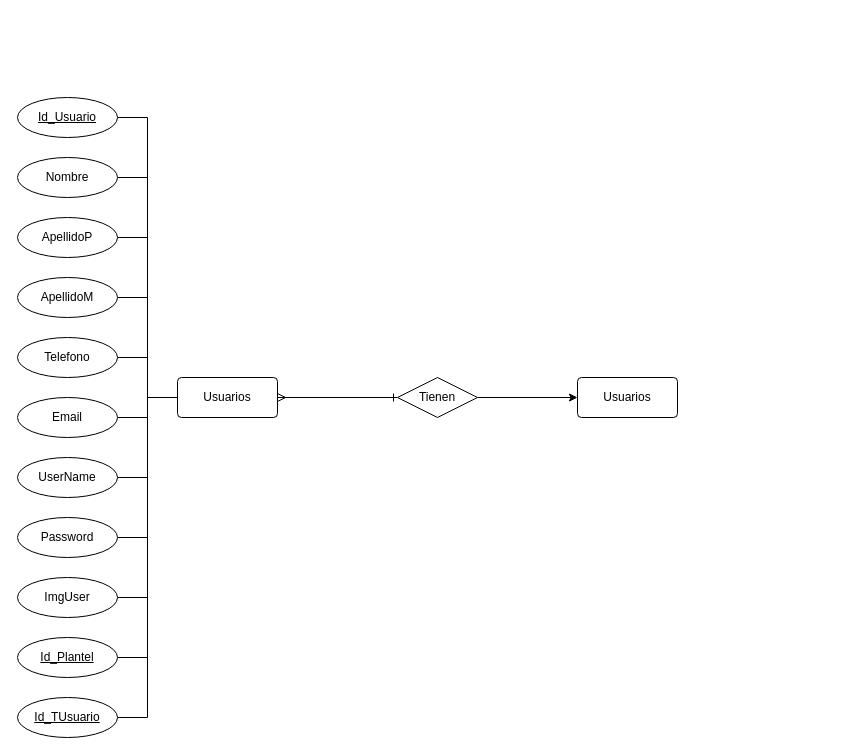
The draw.io diagram NewProyectOne.drawio in AbiMendoza06/ProyectOne, before the edit. Source tidied: cells renumbered, new cells numbered last; positions are measured from the earlier drawing's top-left corner, leaving out a move shared by most shapes. Both pictures are drawn from the tidied source at 100%, with x=0, y=0 at pixel (17, 97).
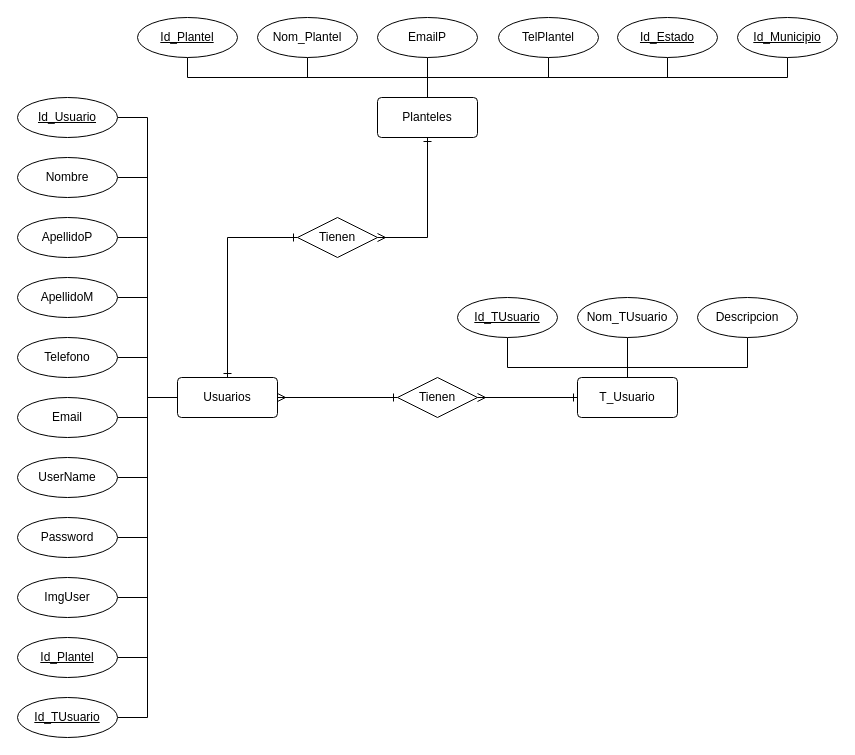
The same page after the edit.

Unchanged cells that the change refers to:
```xml
<mxCell id="3" value="Usuarios" style="rounded=1;arcSize=10;whiteSpace=wrap;html=1;align=center;" parent="1" vertex="1">
  <mxGeometry x="160" y="280" width="100" height="40" as="geometry" />
</mxCell>
<mxCell id="27" value="Tienen" style="shape=rhombus;perimeter=rhombusPerimeter;whiteSpace=wrap;html=1;align=center;" parent="1" vertex="1">
  <mxGeometry x="380" y="280" width="80" height="40" as="geometry" />
</mxCell>
```

What changed in the source:
```diff
@@
-    <mxCell id="26" style="edgeStyle=orthogonalEdgeStyle;rounded=0;jettySize=auto;html=1;" parent="1" edge="1" source="27" target="28">
+    <mxCell id="26" style="edgeStyle=orthogonalEdgeStyle;rounded=0;jettySize=auto;html=1;endArrow=ERone;endFill=0;startArrow=ERmany;startFill=0;" parent="1" edge="1" source="27" target="28">
       <mxGeometry relative="1" as="geometry" />
     </mxCell>
@@
-    <mxCell id="28" value="Usuarios" style="rounded=1;arcSize=10;whiteSpace=wrap;html=1;align=center;" parent="1" vertex="1">
+    <mxCell id="28" value="T_Usuario" style="rounded=1;arcSize=10;whiteSpace=wrap;html=1;align=center;" parent="1" vertex="1">
       <mxGeometry x="560" y="280" width="100" height="40" as="geometry" />
     </mxCell>
+    <mxCell id="29" style="edgeStyle=orthogonalEdgeStyle;rounded=0;jettySize=auto;html=1;endArrow=none;endFill=0;" parent="1" edge="1" source="30" target="28">
+      <mxGeometry relative="1" as="geometry">
+        <Array as="points">
+          <mxPoint x="490" y="270" />
+          <mxPoint x="610" y="270" />
+        </Array>
+      </mxGeometry>
+    </mxCell>
+    <mxCell id="30" value="Id_TUsuario" style="ellipse;whiteSpace=wrap;html=1;align=center;fontStyle=4;" parent="1" vertex="1">
+      <mxGeometry x="440" y="200" width="100" height="40" as="geometry" />
+    </mxCell>
+    <mxCell id="31" style="edgeStyle=orthogonalEdgeStyle;rounded=0;jettySize=auto;html=1;entryX=0.5;entryY=0;entryDx=0;entryDy=0;endArrow=none;endFill=0;" parent="1" edge="1" source="32" target="28">
+      <mxGeometry relative="1" as="geometry" />
+    </mxCell>
+    <mxCell id="32" value="Nom_TUsuario" style="ellipse;whiteSpace=wrap;html=1;align=center;fontStyle=0;" parent="1" vertex="1">
+      <mxGeometry x="560" y="200" width="100" height="40" as="geometry" />
+    </mxCell>
+    <mxCell id="33" style="edgeStyle=orthogonalEdgeStyle;rounded=0;jettySize=auto;html=1;entryX=0.5;entryY=0;entryDx=0;entryDy=0;endArrow=none;endFill=0;" parent="1" edge="1" source="34" target="28">
+      <mxGeometry relative="1" as="geometry">
+        <Array as="points">
+          <mxPoint x="730" y="270" />
+          <mxPoint x="610" y="270" />
+        </Array>
+      </mxGeometry>
+    </mxCell>
+    <mxCell id="34" value="Descripcion" style="ellipse;whiteSpace=wrap;html=1;align=center;fontStyle=0;" parent="1" vertex="1">
+      <mxGeometry x="680" y="200" width="100" height="40" as="geometry" />
+    </mxCell>
+    <mxCell id="35" value="Planteles" style="rounded=1;arcSize=10;whiteSpace=wrap;html=1;align=center;" parent="1" vertex="1">
+      <mxGeometry x="360" width="100" height="40" as="geometry" />
+    </mxCell>
+    <mxCell id="36" style="edgeStyle=orthogonalEdgeStyle;rounded=0;jettySize=auto;html=1;exitX=0.5;exitY=1;exitDx=0;exitDy=0;entryX=0.5;entryY=0;entryDx=0;entryDy=0;endArrow=none;endFill=0;" parent="1" edge="1" source="37" target="35">
+      <mxGeometry relative="1" as="geometry" />
+    </mxCell>
+    <mxCell id="37" value="Id_Plantel" style="ellipse;whiteSpace=wrap;html=1;align=center;fontStyle=4;" parent="1" vertex="1">
+      <mxGeometry x="120" y="-80" width="100" height="40" as="geometry" />
+    </mxCell>
+    <mxCell id="38" style="edgeStyle=orthogonalEdgeStyle;rounded=0;jettySize=auto;html=1;entryX=0.5;entryY=0;entryDx=0;entryDy=0;endArrow=none;endFill=0;" parent="1" edge="1" source="39" target="35">
+      <mxGeometry relative="1" as="geometry">
+        <Array as="points">
+          <mxPoint x="290" y="-20" />
+          <mxPoint x="410" y="-20" />
+        </Array>
+      </mxGeometry>
+    </mxCell>
+    <mxCell id="39" value="Nom_Plantel" style="ellipse;whiteSpace=wrap;html=1;align=center;" parent="1" vertex="1">
+      <mxGeometry x="240" y="-80" width="100" height="40" as="geometry" />
+    </mxCell>
+    <mxCell id="40" style="edgeStyle=orthogonalEdgeStyle;rounded=0;jettySize=auto;html=1;endArrow=none;endFill=0;" parent="1" edge="1" source="41" target="35">
+      <mxGeometry relative="1" as="geometry" />
+    </mxCell>
+    <mxCell id="41" value="EmailP" style="ellipse;whiteSpace=wrap;html=1;align=center;" parent="1" vertex="1">
+      <mxGeometry x="360" y="-80" width="100" height="40" as="geometry" />
+    </mxCell>
+    <mxCell id="42" style="edgeStyle=orthogonalEdgeStyle;rounded=0;jettySize=auto;html=1;entryX=0.5;entryY=0;entryDx=0;entryDy=0;endArrow=none;endFill=0;" parent="1" edge="1" source="43" target="35">
+      <mxGeometry relative="1" as="geometry">
+        <Array as="points">
+          <mxPoint x="531" y="-20" />
+          <mxPoint x="410" y="-20" />
+        </Array>
+      </mxGeometry>
+    </mxCell>
+    <mxCell id="43" value="TelPlantel" style="ellipse;whiteSpace=wrap;html=1;align=center;" parent="1" vertex="1">
+      <mxGeometry x="481" y="-80" width="100" height="40" as="geometry" />
+    </mxCell>
+    <mxCell id="44" style="edgeStyle=orthogonalEdgeStyle;rounded=0;jettySize=auto;html=1;entryX=0.5;entryY=0;entryDx=0;entryDy=0;endArrow=none;endFill=0;" parent="1" edge="1" source="45" target="35">
+      <mxGeometry relative="1" as="geometry">
+        <Array as="points">
+          <mxPoint x="770" y="-20" />
+          <mxPoint x="410" y="-20" />
+        </Array>
+      </mxGeometry>
+    </mxCell>
+    <mxCell id="45" value="Id_Municipio" style="ellipse;whiteSpace=wrap;html=1;align=center;fontStyle=4;" parent="1" vertex="1">
+      <mxGeometry x="720" y="-80" width="100" height="40" as="geometry" />
+    </mxCell>
+    <mxCell id="46" style="edgeStyle=orthogonalEdgeStyle;rounded=0;jettySize=auto;html=1;entryX=0.5;entryY=0;entryDx=0;entryDy=0;endArrow=none;endFill=0;" parent="1" edge="1" source="47" target="35">
+      <mxGeometry relative="1" as="geometry">
+        <Array as="points">
+          <mxPoint x="650" y="-20" />
+          <mxPoint x="410" y="-20" />
+        </Array>
+      </mxGeometry>
+    </mxCell>
+    <mxCell id="47" value="Id_Estado" style="ellipse;whiteSpace=wrap;html=1;align=center;fontStyle=4;" parent="1" vertex="1">
+      <mxGeometry x="600" y="-80" width="100" height="40" as="geometry" />
+    </mxCell>
+    <mxCell id="48" style="edgeStyle=orthogonalEdgeStyle;rounded=0;jettySize=auto;html=1;startArrow=ERone;startFill=0;endArrow=ERone;endFill=0;" parent="1" edge="1" source="49" target="3">
+      <mxGeometry relative="1" as="geometry" />
+    </mxCell>
+    <mxCell id="49" value="Tienen" style="shape=rhombus;perimeter=rhombusPerimeter;whiteSpace=wrap;html=1;align=center;" parent="1" vertex="1">
+      <mxGeometry x="280" y="120" width="80" height="40" as="geometry" />
+    </mxCell>
+    <mxCell id="50" style="edgeStyle=orthogonalEdgeStyle;rounded=0;jettySize=auto;html=1;startArrow=ERone;startFill=0;endArrow=ERmany;endFill=0;exitX=0.5;exitY=1;exitDx=0;exitDy=0;entryX=1;entryY=0.5;entryDx=0;entryDy=0;" parent="1" edge="1" source="35" target="49">
+      <mxGeometry relative="1" as="geometry">
+        <Array as="points">
+          <mxPoint x="410" y="140" />
+        </Array>
+      </mxGeometry>
+    </mxCell>
```
